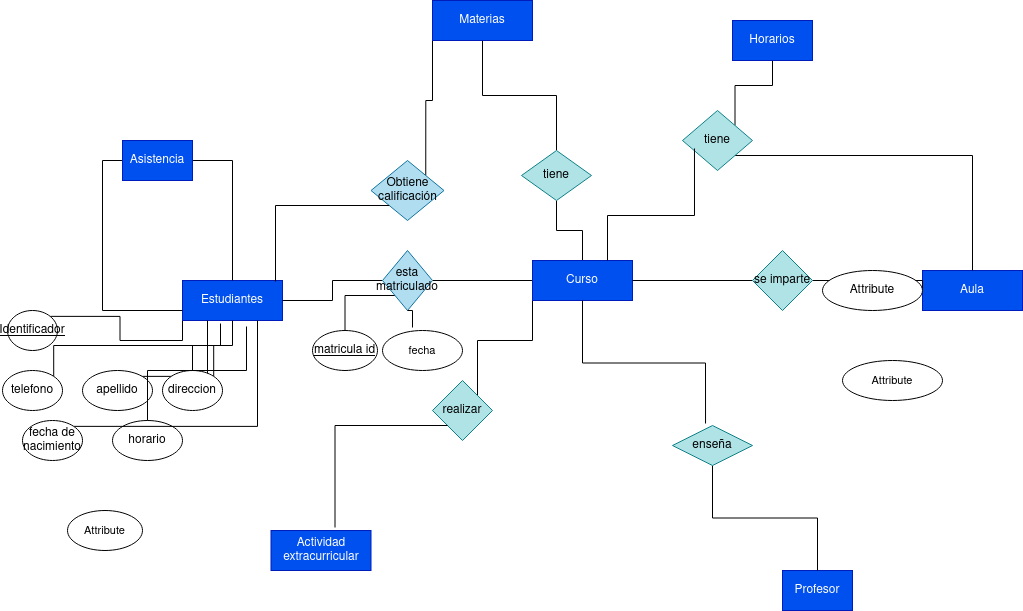
Above: Unidad-1/Tareas/Tareas entregables - Tarea 1/Tarea entregable - 1.drawio.png in CRhernandez1/base-datos (draw.io), before the change. Source tidied: cells renumbered, new cells last; positions are measured from the earlier drawing's top-left corner, leaving out a move shared by most shapes.
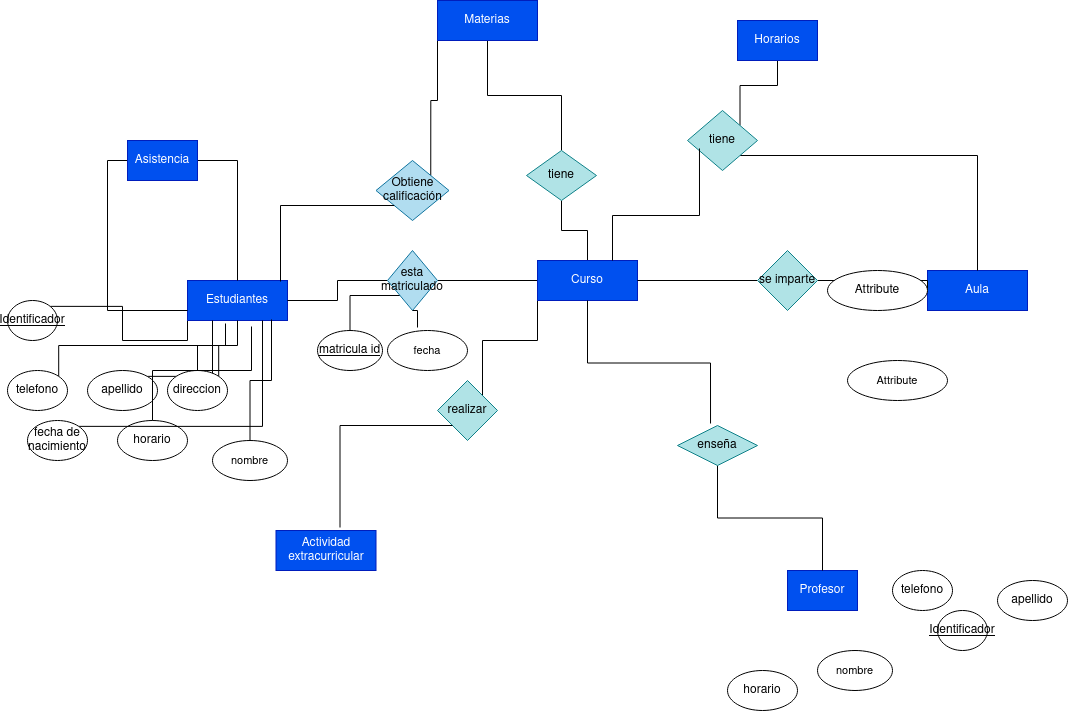
After the commit.

Change to the diagram source:
```diff
@@ -126,7 +126,7 @@
       <mxGeometry x="80" y="370" width="70" height="40" as="geometry" />
     </mxCell>
     <mxCell id="40" value="Identificador" style="ellipse;whiteSpace=wrap;html=1;align=center;fontStyle=4;" parent="1" vertex="1">
-      <mxGeometry x="5" y="310" width="50" height="40" as="geometry" />
+      <mxGeometry y="300" width="50" height="40" as="geometry" />
     </mxCell>
     <mxCell id="41" value="Attribute" style="ellipse;whiteSpace=wrap;html=1;align=center;" parent="1" vertex="1">
       <mxGeometry x="820" y="270" width="100" height="40" as="geometry" />
@@ -158,8 +158,8 @@
     <mxCell id="50" value="Attribute" style="ellipse;whiteSpace=wrap;html=1;align=center;fontFamily=Helvetica;fontSize=11;fontColor=default;" parent="1" vertex="1">
       <mxGeometry x="840" y="360" width="100" height="40" as="geometry" />
     </mxCell>
-    <mxCell id="51" value="Attribute" style="ellipse;whiteSpace=wrap;html=1;align=center;fontFamily=Helvetica;fontSize=11;fontColor=default;" parent="1" vertex="1">
-      <mxGeometry x="65" y="510" width="75" height="40" as="geometry" />
+    <mxCell id="51" value="nombre" style="ellipse;whiteSpace=wrap;html=1;align=center;fontFamily=Helvetica;fontSize=11;fontColor=default;" parent="1" vertex="1">
+      <mxGeometry x="205" y="440" width="75" height="40" as="geometry" />
     </mxCell>
     <mxCell id="52" value="fecha" style="ellipse;whiteSpace=wrap;html=1;align=center;fontFamily=Helvetica;fontSize=11;fontColor=default;" parent="1" vertex="1">
       <mxGeometry x="380" y="330" width="80" height="40" as="geometry" />
@@ -167,5 +167,23 @@
     <mxCell id="53" style="edgeStyle=orthogonalEdgeStyle;shape=connector;rounded=0;jettySize=auto;html=1;exitX=0.5;exitY=1;exitDx=0;exitDy=0;entryX=0.375;entryY=-0.075;entryDx=0;entryDy=0;entryPerimeter=0;labelBackgroundColor=default;strokeColor=default;align=center;verticalAlign=middle;fontFamily=Helvetica;fontSize=11;fontColor=default;endArrow=none;endFill=0;" parent="1" edge="1" source="11" target="52">
       <mxGeometry relative="1" as="geometry" />
     </mxCell>
+    <mxCell id="54" value="Identificador" style="ellipse;whiteSpace=wrap;html=1;align=center;fontStyle=4;" parent="1" vertex="1">
+      <mxGeometry x="930" y="610" width="50" height="40" as="geometry" />
+    </mxCell>
+    <mxCell id="55" value="apellido" style="ellipse;whiteSpace=wrap;html=1;align=center;" parent="1" vertex="1">
+      <mxGeometry x="990" y="580" width="70" height="40" as="geometry" />
+    </mxCell>
+    <mxCell id="56" style="edgeStyle=orthogonalEdgeStyle;shape=connector;rounded=0;jettySize=auto;html=1;exitX=0.5;exitY=0;exitDx=0;exitDy=0;entryX=0.84;entryY=0.975;entryDx=0;entryDy=0;entryPerimeter=0;labelBackgroundColor=default;strokeColor=default;align=center;verticalAlign=middle;fontFamily=Helvetica;fontSize=11;fontColor=default;endArrow=none;endFill=0;" parent="1" edge="1" source="51" target="8">
+      <mxGeometry relative="1" as="geometry" />
+    </mxCell>
+    <mxCell id="57" value="nombre" style="ellipse;whiteSpace=wrap;html=1;align=center;fontFamily=Helvetica;fontSize=11;fontColor=default;" parent="1" vertex="1">
+      <mxGeometry x="810" y="650" width="75" height="40" as="geometry" />
+    </mxCell>
+    <mxCell id="58" value="telefono" style="ellipse;whiteSpace=wrap;html=1;align=center;" parent="1" vertex="1">
+      <mxGeometry x="885" y="570" width="60" height="40" as="geometry" />
+    </mxCell>
+    <mxCell id="59" value="horario" style="ellipse;whiteSpace=wrap;html=1;align=center;" parent="1" vertex="1">
+      <mxGeometry x="720" y="670" width="70" height="40" as="geometry" />
+    </mxCell>
   </root>
 </mxGraphModel>
```
